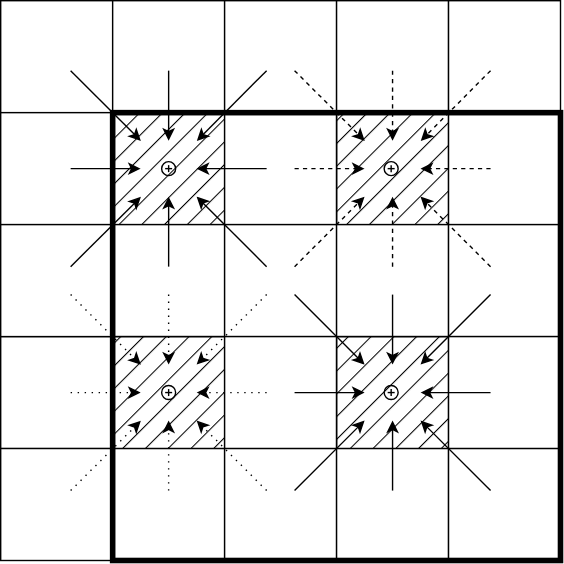
Earlier version of the draw.io export assets/symbolic_model/symbolic_model-tile_filter_contributors.drawio.svg (tomverbeure/tomverbeure.github.io). Source tidied: cells renumbered, new cells last; positions are measured from the earlier drawing's top-left corner, leaving out a move shared by most shapes.
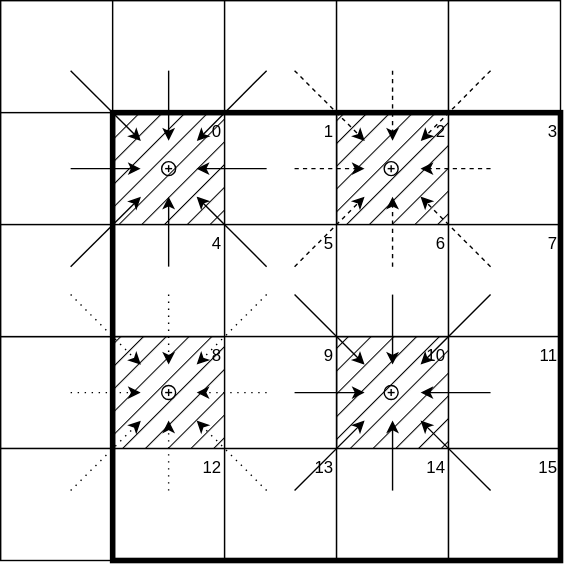
The same file after the commit.

The edit, as a diff of the source:
```diff
@@ -20,19 +20,19 @@
     <mxCell id="7" style="whiteSpace=wrap;html=1;" parent="1" vertex="1">
       <mxGeometry y="80" width="80" height="80" as="geometry" />
     </mxCell>
-    <mxCell id="8" style="whiteSpace=wrap;html=1;fillStyle=hatch;fillColor=#000000;" parent="1" vertex="1">
+    <mxCell id="8" value="0" style="whiteSpace=wrap;html=1;fillStyle=hatch;fillColor=#000000;verticalAlign=top;align=right;" parent="1" vertex="1">
       <mxGeometry x="80" y="80" width="80" height="80" as="geometry" />
     </mxCell>
-    <mxCell id="9" style="whiteSpace=wrap;html=1;" parent="1" vertex="1">
+    <mxCell id="9" value="1" style="whiteSpace=wrap;html=1;verticalAlign=top;align=right;" parent="1" vertex="1">
       <mxGeometry x="160" y="80" width="80" height="80" as="geometry" />
     </mxCell>
     <mxCell id="10" style="whiteSpace=wrap;html=1;" parent="1" vertex="1">
       <mxGeometry y="160" width="80" height="80" as="geometry" />
     </mxCell>
-    <mxCell id="11" style="whiteSpace=wrap;html=1;" parent="1" vertex="1">
+    <mxCell id="11" value="4" style="whiteSpace=wrap;html=1;align=right;verticalAlign=top;" parent="1" vertex="1">
       <mxGeometry x="80" y="160" width="80" height="80" as="geometry" />
     </mxCell>
-    <mxCell id="12" style="whiteSpace=wrap;html=1;" parent="1" vertex="1">
+    <mxCell id="12" value="5" style="whiteSpace=wrap;html=1;verticalAlign=top;align=right;" parent="1" vertex="1">
       <mxGeometry x="160" y="160" width="80" height="80" as="geometry" />
     </mxCell>
     <mxCell id="13" style="endArrow=classic;html=1;rounded=0;entryX=0.5;entryY=0.25;entryDx=0;entryDy=0;entryPerimeter=0;exitX=0.5;exitY=0.111;exitDx=0;exitDy=0;exitPerimeter=0;" parent="1" edge="1" target="8">
@@ -82,16 +82,16 @@
     <mxCell id="22" style="whiteSpace=wrap;html=1;" parent="1" vertex="1">
       <mxGeometry x="320" width="80" height="80" as="geometry" />
     </mxCell>
-    <mxCell id="23" style="whiteSpace=wrap;html=1;fillStyle=hatch;fillColor=#000000;" parent="1" vertex="1">
+    <mxCell id="23" value="2" style="whiteSpace=wrap;html=1;fillStyle=hatch;fillColor=#000000;align=right;verticalAlign=top;" parent="1" vertex="1">
       <mxGeometry x="240" y="80" width="80" height="80" as="geometry" />
     </mxCell>
-    <mxCell id="24" style="whiteSpace=wrap;html=1;" parent="1" vertex="1">
+    <mxCell id="24" value="3" style="whiteSpace=wrap;html=1;align=right;verticalAlign=top;" parent="1" vertex="1">
       <mxGeometry x="320" y="80" width="80" height="80" as="geometry" />
     </mxCell>
-    <mxCell id="25" style="whiteSpace=wrap;html=1;" parent="1" vertex="1">
+    <mxCell id="25" value="6" style="whiteSpace=wrap;html=1;align=right;verticalAlign=top;" parent="1" vertex="1">
       <mxGeometry x="240" y="160" width="80" height="80" as="geometry" />
     </mxCell>
-    <mxCell id="26" style="whiteSpace=wrap;html=1;" parent="1" vertex="1">
+    <mxCell id="26" value="7" style="whiteSpace=wrap;html=1;align=right;verticalAlign=top;" parent="1" vertex="1">
       <mxGeometry x="320" y="160" width="80" height="80" as="geometry" />
     </mxCell>
     <mxCell id="27" style="endArrow=classic;html=1;rounded=0;entryX=0.5;entryY=0.25;entryDx=0;entryDy=0;entryPerimeter=0;exitX=0.5;exitY=0.111;exitDx=0;exitDy=0;exitPerimeter=0;dashed=1;" parent="1" edge="1" target="23">
@@ -135,16 +135,16 @@
         <mxPoint x="280" y="190" as="sourcePoint" />
       </mxGeometry>
     </mxCell>
-    <mxCell id="35" style="whiteSpace=wrap;html=1;fillStyle=hatch;fillColor=#000000;" parent="1" vertex="1">
+    <mxCell id="35" value="8" style="whiteSpace=wrap;html=1;fillStyle=hatch;fillColor=#000000;align=right;verticalAlign=top;" parent="1" vertex="1">
       <mxGeometry x="80" y="240" width="80" height="80" as="geometry" />
     </mxCell>
-    <mxCell id="36" style="whiteSpace=wrap;html=1;" parent="1" vertex="1">
+    <mxCell id="36" value="9" style="whiteSpace=wrap;html=1;align=right;verticalAlign=top;" parent="1" vertex="1">
       <mxGeometry x="160" y="240" width="80" height="80" as="geometry" />
     </mxCell>
-    <mxCell id="37" style="whiteSpace=wrap;html=1;" parent="1" vertex="1">
+    <mxCell id="37" value="12" style="whiteSpace=wrap;html=1;align=right;verticalAlign=top;" parent="1" vertex="1">
       <mxGeometry x="80" y="320" width="80" height="80" as="geometry" />
     </mxCell>
-    <mxCell id="38" style="whiteSpace=wrap;html=1;" parent="1" vertex="1">
+    <mxCell id="38" value="13" style="whiteSpace=wrap;html=1;align=right;verticalAlign=top;" parent="1" vertex="1">
       <mxGeometry x="160" y="320" width="80" height="80" as="geometry" />
     </mxCell>
     <mxCell id="39" style="endArrow=classic;html=1;rounded=0;entryX=0.5;entryY=0.25;entryDx=0;entryDy=0;entryPerimeter=0;exitX=0.5;exitY=0.111;exitDx=0;exitDy=0;exitPerimeter=0;dashed=1;dashPattern=1 4;" parent="1" edge="1" target="35">
@@ -188,16 +188,16 @@
         <mxPoint x="120" y="350" as="sourcePoint" />
       </mxGeometry>
     </mxCell>
-    <mxCell id="47" style="whiteSpace=wrap;html=1;fillStyle=hatch;fillColor=#000000;" parent="1" vertex="1">
+    <mxCell id="47" value="10" style="whiteSpace=wrap;html=1;fillStyle=hatch;fillColor=#000000;align=right;verticalAlign=top;" parent="1" vertex="1">
       <mxGeometry x="240" y="240" width="80" height="80" as="geometry" />
     </mxCell>
-    <mxCell id="48" style="whiteSpace=wrap;html=1;" parent="1" vertex="1">
+    <mxCell id="48" value="11" style="whiteSpace=wrap;html=1;align=right;verticalAlign=top;" parent="1" vertex="1">
       <mxGeometry x="320" y="240" width="80" height="80" as="geometry" />
     </mxCell>
-    <mxCell id="49" style="whiteSpace=wrap;html=1;" parent="1" vertex="1">
+    <mxCell id="49" value="14" style="whiteSpace=wrap;html=1;align=right;verticalAlign=top;" parent="1" vertex="1">
       <mxGeometry x="240" y="320" width="80" height="80" as="geometry" />
     </mxCell>
-    <mxCell id="50" style="whiteSpace=wrap;html=1;" parent="1" vertex="1">
+    <mxCell id="50" value="15" style="whiteSpace=wrap;html=1;align=right;verticalAlign=top;" parent="1" vertex="1">
       <mxGeometry x="320" y="320" width="80" height="80" as="geometry" />
     </mxCell>
     <mxCell id="51" style="endArrow=classic;html=1;rounded=0;entryX=0.5;entryY=0.25;entryDx=0;entryDy=0;entryPerimeter=0;exitX=0.5;exitY=0.111;exitDx=0;exitDy=0;exitPerimeter=0;" parent="1" edge="1" target="47">
```
